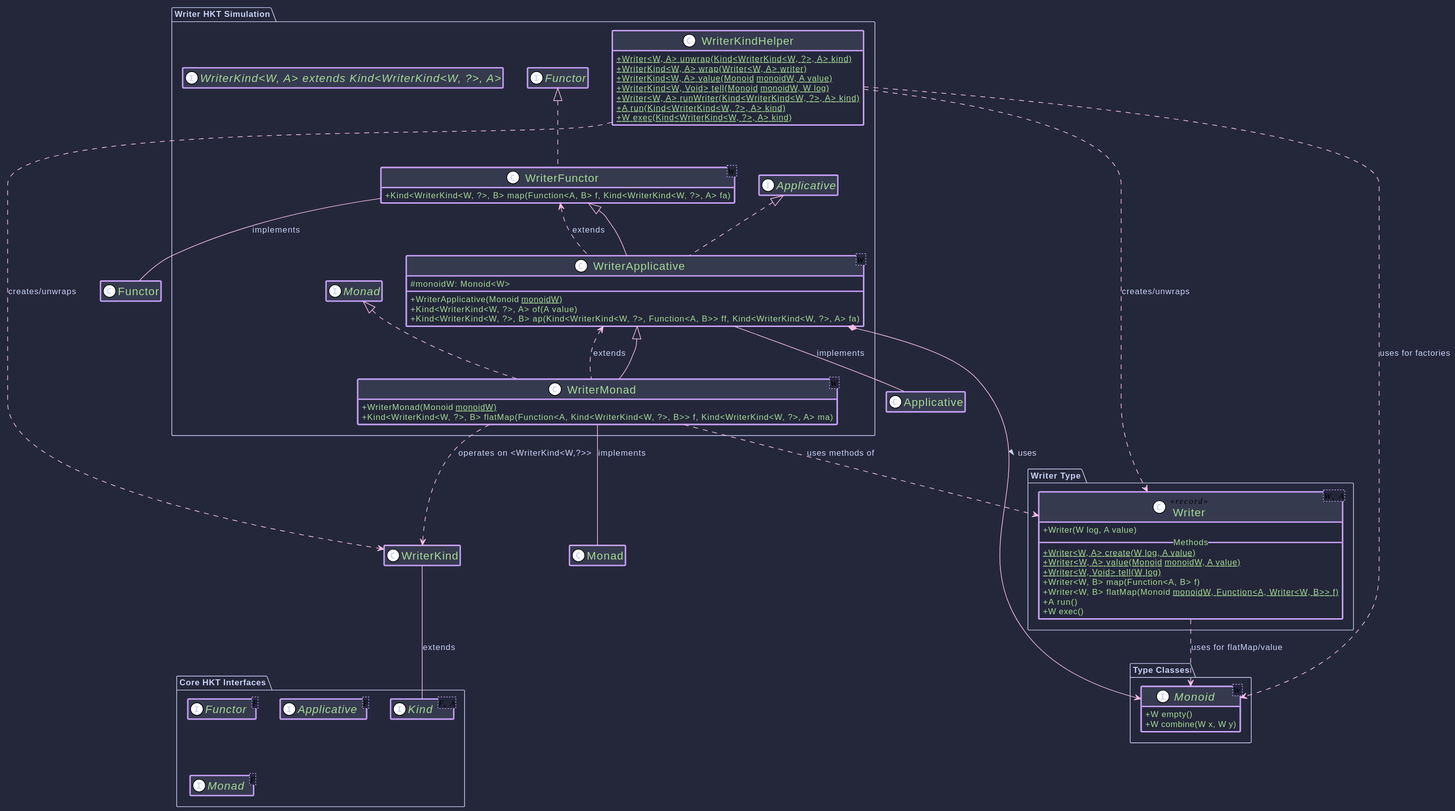
This is hkj-book/src/images/puml/writer.svg from higher-kinded-j/higher-kinded-j, a PlantUML export, as it was before one commit.
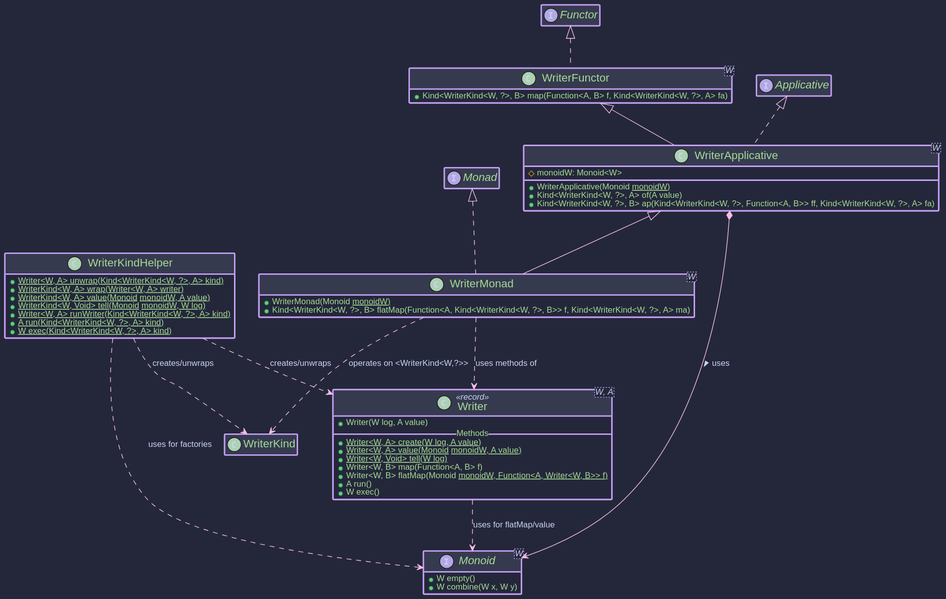
Later version of the same file.

The edit, as a diff of the source:
```diff
@@ -1,26 +1,16 @@
 @startuml
-!theme plain
 !include https://raw.githubusercontent.com/ncosta-ic/catppuccin-macchiato-plantuml-theme/main/theme.puml
 
-skinparam classAttributeIconSize 0
-skinparam defaultFontName "Roboto, Helvetica"
+
 hide empty members
 
-package "Core HKT Interfaces" {
-    interface Kind<F, A>
-    interface Functor<F>
-    interface Applicative<F>
-    interface Monad<F>
-}
-
-package "Type Classes" {
    interface Monoid<W> {
      + W empty()
      + W combine(W x, W y)
    }
-}
 
-package "Writer Type" {
+
+
     class Writer<W, A> <<record>> {
         + Writer(W log, A value)
         __ Methods __
@@ -32,10 +22,7 @@
        + A run()
        + W exec()
     }
-}
 
-package "Writer HKT Simulation" {
-    interface "WriterKind<W, A> extends Kind<WriterKind<W, ?>, A>"
 
     class WriterKindHelper {
       + {static} Writer<W, A> unwrap(Kind<WriterKind<W, ?>, A> kind)
@@ -60,15 +47,6 @@
        + WriterMonad(Monoid<W> monoidW)
        + Kind<WriterKind<W, ?>, B> flatMap(Function<A, Kind<WriterKind<W, ?>, B>> f, Kind<WriterKind<W, ?>, A> ma)
     }
-}
-
-WriterKind -- Kind : extends
-WriterFunctor -- Functor : implements
-WriterApplicative -- Applicative : implements
-WriterMonad -- Monad : implements
-
-WriterApplicative .u.> WriterFunctor : extends
-WriterMonad .u.> WriterApplicative : extends
 
 WriterApplicative *--> Monoid : uses >
 
```
